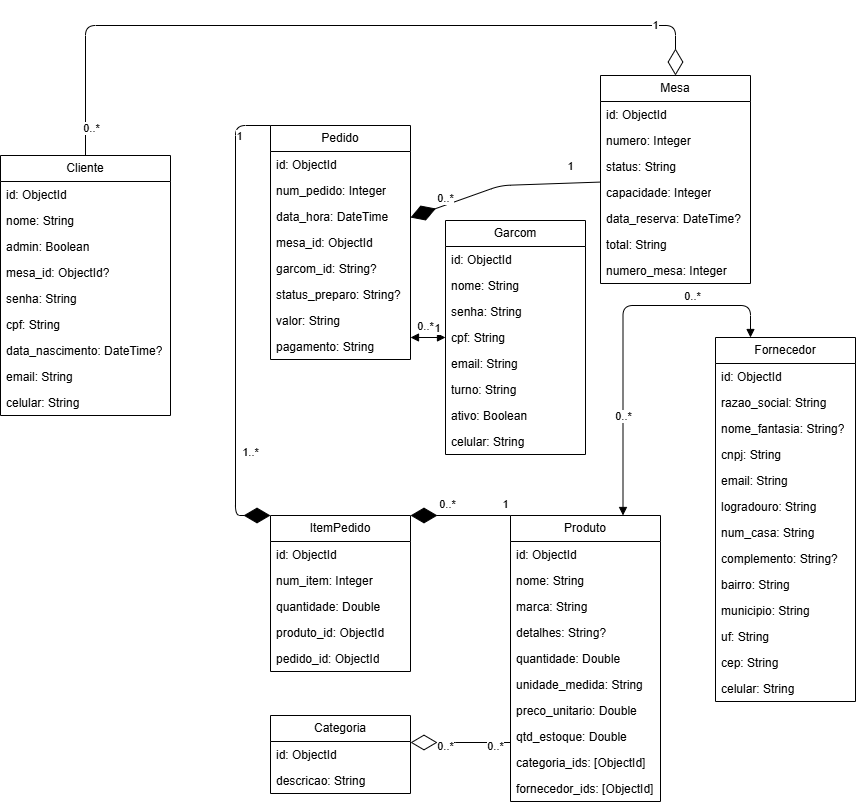
This is docs/NoAM.png from FatecFranca/DSM-P3-G03-2025-2, a draw.io export, as it was before one commit. Source tidied: cells renumbered, new cells last; positions are measured from the earlier drawing's top-left corner, leaving out a move shared by most shapes.
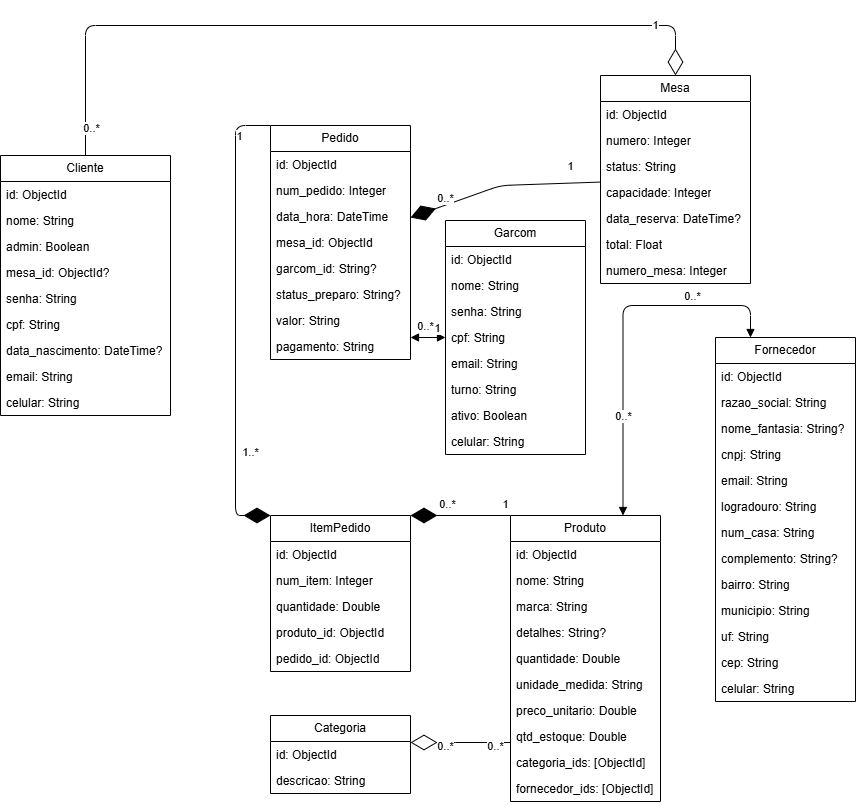
After the commit.

Commit message:
chore: update diagram to match schema

Diff of the diagram source:
```diff
@@ -217,7 +217,7 @@
     <mxCell id="66" value="data_reserva: DateTime?" style="text;strokeColor=none;fillColor=none;align=left;verticalAlign=top;spacingLeft=4;spacingRight=4;overflow=hidden;whiteSpace=wrap;html=1;" parent="61" vertex="1">
       <mxGeometry y="130" width="150" height="26" as="geometry" />
     </mxCell>
-    <mxCell id="67" value="total: String" style="text;strokeColor=none;fillColor=none;align=left;verticalAlign=top;spacingLeft=4;spacingRight=4;overflow=hidden;whiteSpace=wrap;html=1;" parent="61" vertex="1">
+    <mxCell id="67" value="total: Float" style="text;strokeColor=none;fillColor=none;align=left;verticalAlign=top;spacingLeft=4;spacingRight=4;overflow=hidden;whiteSpace=wrap;html=1;" parent="61" vertex="1">
       <mxGeometry y="156" width="150" height="26" as="geometry" />
     </mxCell>
     <mxCell id="68" value="numero_mesa: Integer" style="text;strokeColor=none;fillColor=none;align=left;verticalAlign=top;spacingLeft=4;spacingRight=4;overflow=hidden;whiteSpace=wrap;html=1;" parent="61" vertex="1">
```
